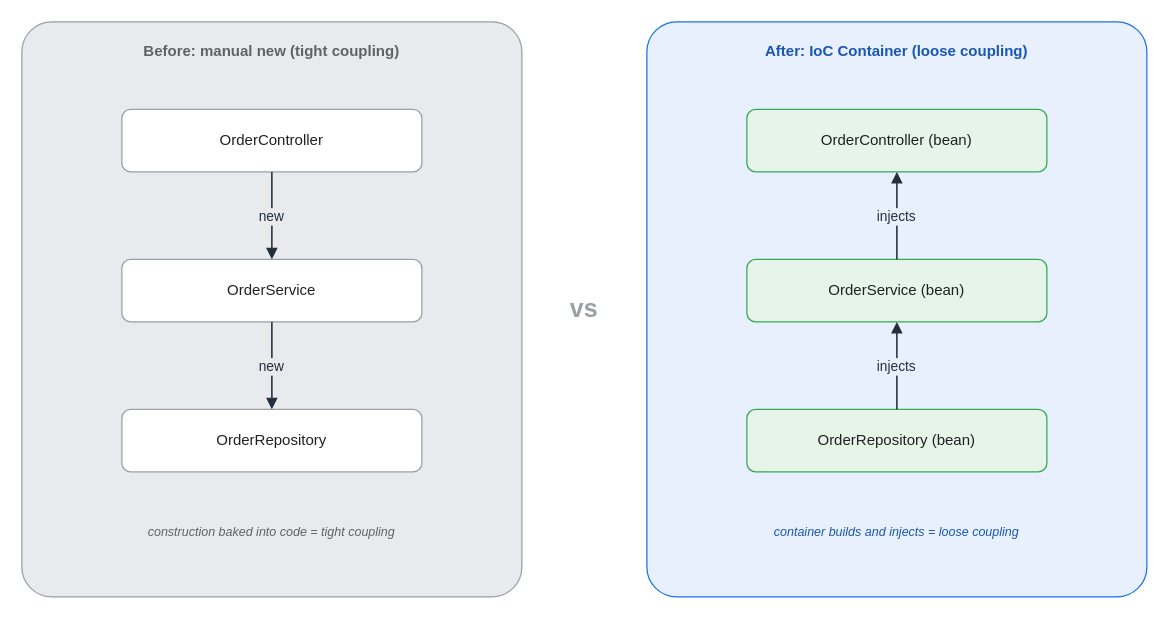
This is assets/img/spring/spring-03-ioc-before-after.drawio from KKamJi98/kkamji98.github.io, a draw.io file, before an edit. Source tidied: cells renumbered, new cells numbered last; positions are measured from the earlier drawing's top-left corner, leaving out a move shared by most shapes. Both pictures are drawn from the tidied source at 125%, with x=0, y=0 at pixel (21, 21).
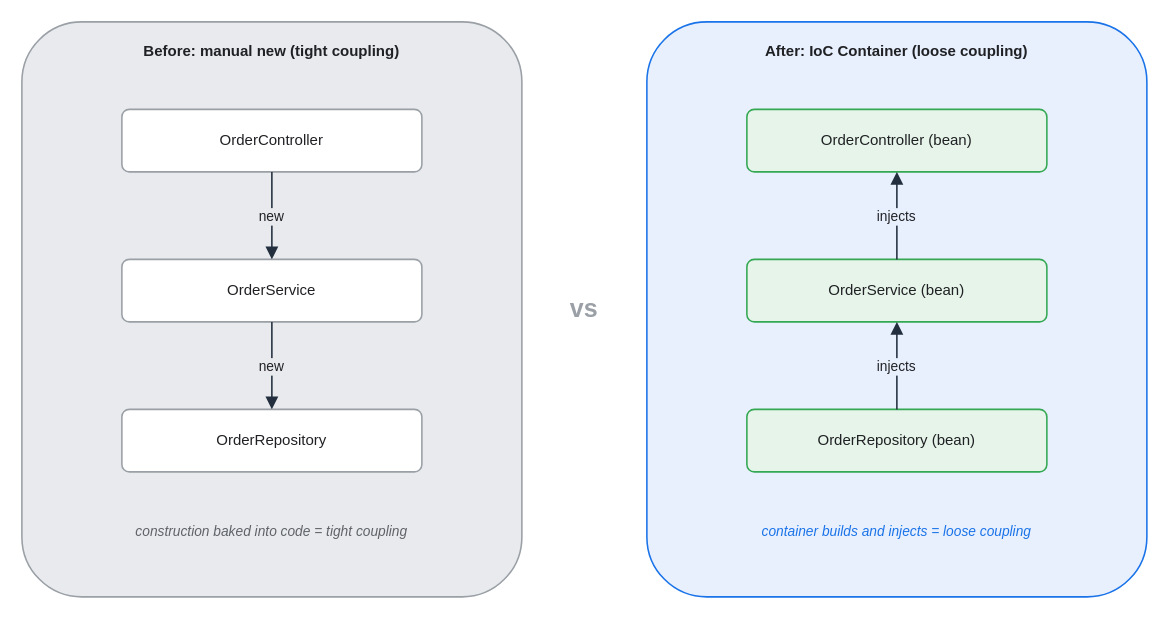
The same diagram, later.

The edit, as a diff of the source:
```diff
@@
 <mxGraphModel background="#FFFFFF">
   <root>
     <mxCell id="0" />
     <mxCell id="1" parent="0" />
-    <mxCell id="2" value="Before: manual new (tight coupling)" style="rounded=1;whiteSpace=wrap;html=0;arcSize=6;shadow=0;fillColor=#E8EAED;strokeColor=#9AA0A6;fontColor=#5F6368;fontStyle=1;verticalAlign=top;align=center;spacingTop=10;" parent="1" vertex="1">
+    <mxCell id="2" value="Before: manual new (tight coupling)" style="rounded=1;whiteSpace=wrap;html=0;arcSize=12;shadow=0;fillColor=#E8EAED;strokeColor=#9AA0A6;fontColor=#202124;fontStyle=1;verticalAlign=top;align=center;spacingTop=10;strokeWidth=1.25;" parent="1" vertex="1">
       <mxGeometry width="400" height="460" as="geometry" />
     </mxCell>
-    <mxCell id="3" value="After: IoC Container (loose coupling)" style="rounded=1;whiteSpace=wrap;html=0;arcSize=6;shadow=0;fillColor=#E8F0FE;strokeColor=#1A73E8;fontColor=#1A57B0;fontStyle=1;verticalAlign=top;align=center;spacingTop=10;" parent="1" vertex="1">
+    <mxCell id="3" value="After: IoC Container (loose coupling)" style="rounded=1;whiteSpace=wrap;html=0;arcSize=12;shadow=0;fillColor=#E8F0FE;strokeColor=#1A73E8;fontColor=#202124;fontStyle=1;verticalAlign=top;align=center;spacingTop=10;strokeWidth=1.25;" parent="1" vertex="1">
       <mxGeometry x="500" width="400" height="460" as="geometry" />
     </mxCell>
     <mxCell id="4" value="vs" style="text;html=0;align=center;verticalAlign=middle;fontSize=20;fontStyle=1;fontColor=#9AA0A6;" parent="1" vertex="1">
       <mxGeometry x="415" y="205" width="70" height="45" as="geometry" />
     </mxCell>
-    <mxCell id="5" value="OrderController" style="rounded=1;whiteSpace=wrap;html=0;arcSize=14;shadow=0;fillColor=#FFFFFF;strokeColor=#9AA0A6;fontColor=#202124;" parent="1" vertex="1">
+    <mxCell id="5" value="OrderController" style="rounded=1;whiteSpace=wrap;html=0;arcSize=12;shadow=0;fillColor=#FFFFFF;strokeColor=#9AA0A6;fontColor=#202124;strokeWidth=1.25;" parent="1" vertex="1">
       <mxGeometry x="80" y="70" width="240" height="50" as="geometry" />
     </mxCell>
-    <mxCell id="6" value="OrderService" style="rounded=1;whiteSpace=wrap;html=0;arcSize=14;shadow=0;fillColor=#FFFFFF;strokeColor=#9AA0A6;fontColor=#202124;" parent="1" vertex="1">
+    <mxCell id="6" value="OrderService" style="rounded=1;whiteSpace=wrap;html=0;arcSize=12;shadow=0;fillColor=#FFFFFF;strokeColor=#9AA0A6;fontColor=#202124;strokeWidth=1.25;" parent="1" vertex="1">
       <mxGeometry x="80" y="190" width="240" height="50" as="geometry" />
     </mxCell>
-    <mxCell id="7" value="OrderRepository" style="rounded=1;whiteSpace=wrap;html=0;arcSize=14;shadow=0;fillColor=#FFFFFF;strokeColor=#9AA0A6;fontColor=#202124;" parent="1" vertex="1">
+    <mxCell id="7" value="OrderRepository" style="rounded=1;whiteSpace=wrap;html=0;arcSize=12;shadow=0;fillColor=#FFFFFF;strokeColor=#9AA0A6;fontColor=#202124;strokeWidth=1.25;" parent="1" vertex="1">
       <mxGeometry x="80" y="310" width="240" height="50" as="geometry" />
     </mxCell>
-    <mxCell id="8" value="construction baked into code = tight coupling" style="text;html=0;align=center;verticalAlign=middle;whiteSpace=wrap;fontSize=10;fontColor=#5F6368;fontStyle=2;" parent="1" vertex="1">
+    <mxCell id="8" value="construction baked into code = tight coupling" style="text;html=0;align=center;verticalAlign=middle;whiteSpace=wrap;fontSize=11;fontColor=#5F6368;fontStyle=2;" parent="1" vertex="1">
       <mxGeometry x="20" y="388" width="360" height="40" as="geometry" />
     </mxCell>
-    <mxCell id="9" value="OrderController (bean)" style="rounded=1;whiteSpace=wrap;html=0;arcSize=14;shadow=0;fillColor=#E6F4EA;strokeColor=#34A853;fontColor=#202124;" parent="1" vertex="1">
+    <mxCell id="9" value="OrderController (bean)" style="rounded=1;whiteSpace=wrap;html=0;arcSize=12;shadow=0;fillColor=#E6F4EA;strokeColor=#34A853;fontColor=#202124;strokeWidth=1.25;" parent="1" vertex="1">
       <mxGeometry x="580" y="70" width="240" height="50" as="geometry" />
     </mxCell>
-    <mxCell id="10" value="OrderService (bean)" style="rounded=1;whiteSpace=wrap;html=0;arcSize=14;shadow=0;fillColor=#E6F4EA;strokeColor=#34A853;fontColor=#202124;" parent="1" vertex="1">
+    <mxCell id="10" value="OrderService (bean)" style="rounded=1;whiteSpace=wrap;html=0;arcSize=12;shadow=0;fillColor=#E6F4EA;strokeColor=#34A853;fontColor=#202124;strokeWidth=1.25;" parent="1" vertex="1">
       <mxGeometry x="580" y="190" width="240" height="50" as="geometry" />
     </mxCell>
-    <mxCell id="11" value="OrderRepository (bean)" style="rounded=1;whiteSpace=wrap;html=0;arcSize=14;shadow=0;fillColor=#E6F4EA;strokeColor=#34A853;fontColor=#202124;" parent="1" vertex="1">
+    <mxCell id="11" value="OrderRepository (bean)" style="rounded=1;whiteSpace=wrap;html=0;arcSize=12;shadow=0;fillColor=#E6F4EA;strokeColor=#34A853;fontColor=#202124;strokeWidth=1.25;" parent="1" vertex="1">
       <mxGeometry x="580" y="310" width="240" height="50" as="geometry" />
     </mxCell>
-    <mxCell id="12" value="container builds and injects = loose coupling" style="text;html=0;align=center;verticalAlign=middle;whiteSpace=wrap;fontSize=10;fontColor=#1A57B0;fontStyle=2;" parent="1" vertex="1">
+    <mxCell id="12" value="container builds and injects = loose coupling" style="text;html=0;align=center;verticalAlign=middle;whiteSpace=wrap;fontSize=11;fontColor=#1A73E8;fontStyle=2;" parent="1" vertex="1">
       <mxGeometry x="520" y="388" width="360" height="40" as="geometry" />
     </mxCell>
-    <mxCell id="13" value="new" style="edgeStyle=orthogonalEdgeStyle;rounded=1;html=0;fontColor=#232F3E;strokeColor=#232F3E;labelBackgroundColor=#E8EAED;endArrow=block;exitX=0.5;exitY=1;exitDx=0;exitDy=0;entryX=0.5;entryY=0;entryDx=0;entryDy=0;strokeWidth=1.25;" parent="1" edge="1" source="5" target="6">
+    <mxCell id="13" value="new" style="edgeStyle=orthogonalEdgeStyle;rounded=1;html=0;fontColor=#202124;strokeColor=#232F3E;labelBackgroundColor=#E8EAED;endArrow=block;exitX=0.5;exitY=1;exitDx=0;exitDy=0;entryX=0.5;entryY=0;entryDx=0;entryDy=0;strokeWidth=1.25;endSize=7;" parent="1" edge="1" source="5" target="6">
       <mxGeometry relative="1" as="geometry" />
     </mxCell>
-    <mxCell id="14" value="new" style="edgeStyle=orthogonalEdgeStyle;rounded=1;html=0;fontColor=#232F3E;strokeColor=#232F3E;labelBackgroundColor=#E8EAED;endArrow=block;exitX=0.5;exitY=1;exitDx=0;exitDy=0;entryX=0.5;entryY=0;entryDx=0;entryDy=0;strokeWidth=1.25;" parent="1" edge="1" source="6" target="7">
+    <mxCell id="14" value="new" style="edgeStyle=orthogonalEdgeStyle;rounded=1;html=0;fontColor=#202124;strokeColor=#232F3E;labelBackgroundColor=#E8EAED;endArrow=block;exitX=0.5;exitY=1;exitDx=0;exitDy=0;entryX=0.5;entryY=0;entryDx=0;entryDy=0;strokeWidth=1.25;endSize=7;" parent="1" edge="1" source="6" target="7">
       <mxGeometry relative="1" as="geometry" />
     </mxCell>
-    <mxCell id="15" value="injects" style="edgeStyle=orthogonalEdgeStyle;rounded=1;html=0;fontColor=#232F3E;strokeColor=#232F3E;labelBackgroundColor=#E8F0FE;endArrow=block;exitX=0.5;exitY=0;exitDx=0;exitDy=0;entryX=0.5;entryY=1;entryDx=0;entryDy=0;strokeWidth=1.25;" parent="1" edge="1" source="11" target="10">
+    <mxCell id="15" value="injects" style="edgeStyle=orthogonalEdgeStyle;rounded=1;html=0;fontColor=#202124;strokeColor=#232F3E;labelBackgroundColor=#E8F0FE;endArrow=block;exitX=0.5;exitY=0;exitDx=0;exitDy=0;entryX=0.5;entryY=1;entryDx=0;entryDy=0;strokeWidth=1.25;endSize=7;" parent="1" edge="1" source="11" target="10">
       <mxGeometry relative="1" as="geometry" />
     </mxCell>
-    <mxCell id="16" value="injects" style="edgeStyle=orthogonalEdgeStyle;rounded=1;html=0;fontColor=#232F3E;strokeColor=#232F3E;labelBackgroundColor=#E8F0FE;endArrow=block;exitX=0.5;exitY=0;exitDx=0;exitDy=0;entryX=0.5;entryY=1;entryDx=0;entryDy=0;strokeWidth=1.25;" parent="1" edge="1" source="10" target="9">
+    <mxCell id="16" value="injects" style="edgeStyle=orthogonalEdgeStyle;rounded=1;html=0;fontColor=#202124;strokeColor=#232F3E;labelBackgroundColor=#E8F0FE;endArrow=block;exitX=0.5;exitY=0;exitDx=0;exitDy=0;entryX=0.5;entryY=1;entryDx=0;entryDy=0;strokeWidth=1.25;endSize=7;" parent="1" edge="1" source="10" target="9">
       <mxGeometry relative="1" as="geometry" />
     </mxCell>
   </root>
 </mxGraphModel>
```
